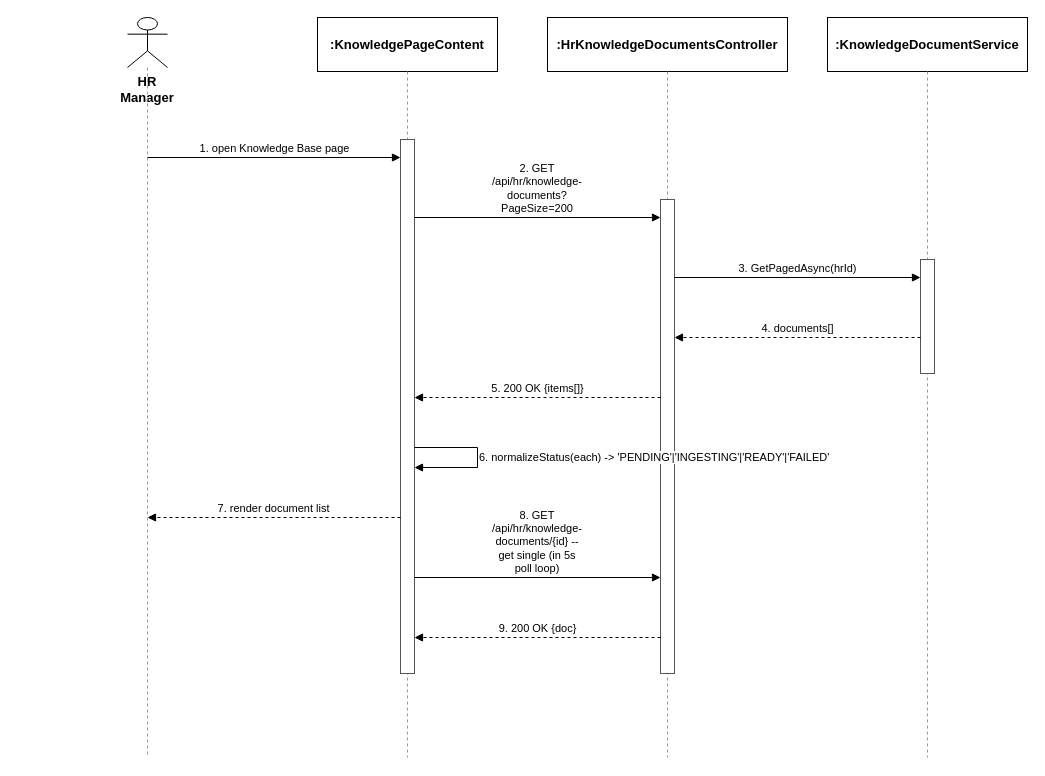
tulklk/AI_Interview_Question_Generation_RAG_LLM_FE keeps this draw.io diagram as docs/qa/Nam_SequenceDiagram/09_KnowledgeBaseManagement_ListGetDocument.drawio. Above is the earlier version. Source tidied: cells renumbered, new cells numbered last; positions are measured from the earlier drawing's top-left corner, leaving out a move shared by most shapes. Both pictures are drawn from the tidied source at 100%, with x=0, y=0 at pixel (127, 17).
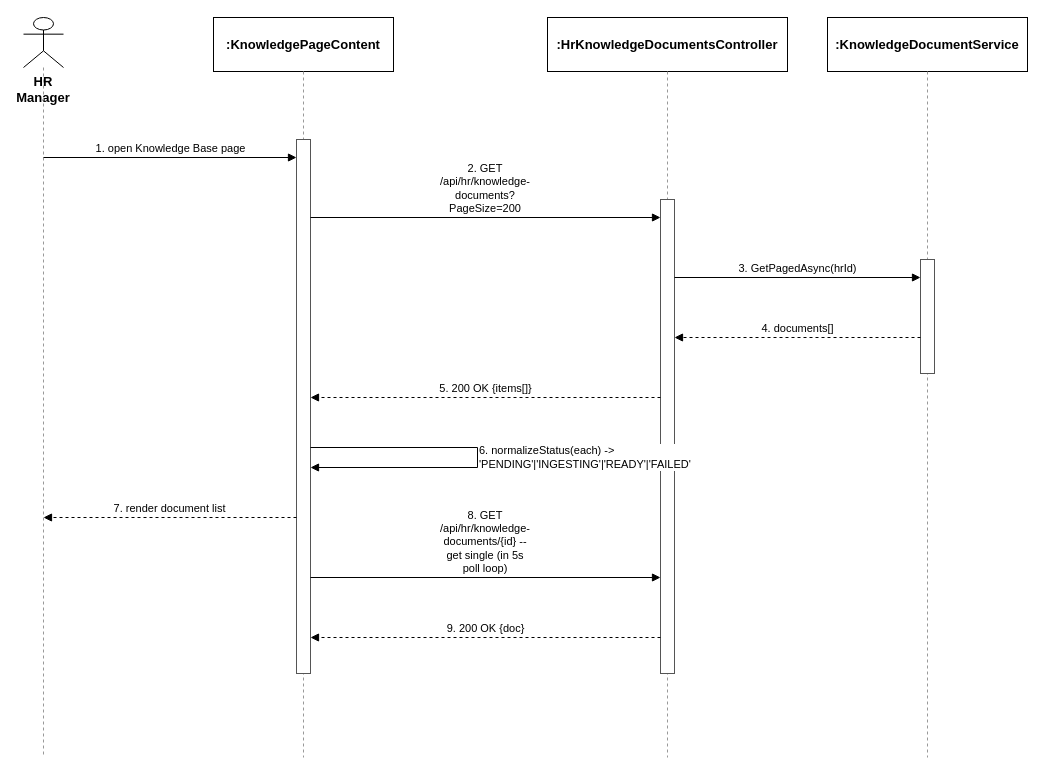
The same page after the edit.

Change to the diagram source:
```diff
@@
     <mxCell id="2" value="HR Manager" style="shape=umlActor;whiteSpace=wrap;html=1;verticalLabelPosition=bottom;verticalAlign=top;fillColor=#ffffff;strokeColor=#000000;fontStyle=1;fontSize=13;" parent="1" vertex="1">
-      <mxGeometry width="40" height="50" as="geometry" />
+      <mxGeometry x="-104" width="40" height="50" as="geometry" />
     </mxCell>
     <mxCell id="3" style="endArrow=none;dashed=1;html=1;strokeColor=#999999;" parent="1" edge="1">
       <mxGeometry relative="1" as="geometry">
-        <mxPoint x="20" y="50" as="sourcePoint" />
-        <mxPoint x="20" y="740" as="targetPoint" />
+        <mxPoint x="-84" y="50" as="sourcePoint" />
+        <mxPoint x="-84" y="740" as="targetPoint" />
       </mxGeometry>
     </mxCell>
     <mxCell id="4" value=":KnowledgePageContent" style="rounded=0;whiteSpace=wrap;html=1;fontSize=13;fillColor=#ffffff;strokeColor=#000000;fontStyle=1;" parent="1" vertex="1">
-      <mxGeometry x="190" width="180" height="54" as="geometry" />
+      <mxGeometry x="86" width="180" height="54" as="geometry" />
     </mxCell>
     <mxCell id="5" style="endArrow=none;dashed=1;html=1;strokeColor=#999999;" parent="1" edge="1">
       <mxGeometry relative="1" as="geometry">
-        <mxPoint x="280" y="54" as="sourcePoint" />
-        <mxPoint x="280" y="740" as="targetPoint" />
+        <mxPoint x="176" y="54" as="sourcePoint" />
+        <mxPoint x="176" y="740" as="targetPoint" />
       </mxGeometry>
     </mxCell>
@@
     <mxCell id="10" style="rounded=0;whiteSpace=wrap;html=1;fillColor=#ffffff;strokeColor=#555555;" parent="1" vertex="1">
-      <mxGeometry x="273" y="122" width="14" height="534" as="geometry" />
+      <mxGeometry x="169" y="122" width="14" height="534" as="geometry" />
     </mxCell>
@@
     <mxCell id="13" value="1. open Knowledge Base page" style="endArrow=block;endFill=1;html=1;fontSize=11;align=center;verticalAlign=bottom;labelBackgroundColor=#ffffff;strokeColor=#000000;" parent="1" edge="1">
       <mxGeometry relative="1" as="geometry">
-        <mxPoint x="20" y="140" as="sourcePoint" />
-        <mxPoint x="273" y="140" as="targetPoint" />
+        <mxPoint x="-84" y="140" as="sourcePoint" />
+        <mxPoint x="169" y="140" as="targetPoint" />
       </mxGeometry>
     </mxCell>
     <mxCell id="14" value="2. GET /api/hr/knowledge-documents?PageSize=200" style="endArrow=block;endFill=1;html=1;whiteSpace=wrap;fontSize=11;align=center;verticalAlign=bottom;labelBackgroundColor=#ffffff;strokeColor=#000000;" parent="1" edge="1">
       <mxGeometry relative="1" as="geometry">
-        <mxPoint x="287" y="200" as="sourcePoint" />
+        <mxPoint x="183" y="200" as="sourcePoint" />
         <mxPoint x="533" y="200" as="targetPoint" />
       </mxGeometry>
     </mxCell>
@@
     <mxCell id="17" value="5. 200 OK {items[]}" style="endArrow=block;endFill=1;html=1;dashed=1;fontSize=11;align=center;verticalAlign=bottom;labelBackgroundColor=#ffffff;strokeColor=#000000;" parent="1" edge="1">
       <mxGeometry relative="1" as="geometry">
         <mxPoint x="533" y="380" as="sourcePoint" />
-        <mxPoint x="287" y="380" as="targetPoint" />
+        <mxPoint x="183" y="380" as="targetPoint" />
       </mxGeometry>
     </mxCell>
-    <mxCell id="18" value="6. normalizeStatus(each) -&gt; 'PENDING'|'INGESTING'|'READY'|'FAILED'" style="endArrow=block;endFill=1;html=1;fontSize=11;align=left;verticalAlign=middle;labelBackgroundColor=#ffffff;rounded=0;strokeColor=#000000;" parent="1" edge="1">
+    <mxCell id="18" value="6. normalizeStatus(each) -&gt; 'PENDING'|'INGESTING'|'READY'|'FAILED'" style="endArrow=block;endFill=1;html=1;whiteSpace=wrap;fontSize=11;align=left;verticalAlign=middle;labelBackgroundColor=#ffffff;rounded=0;strokeColor=#000000;" parent="1" edge="1">
       <mxGeometry relative="1" as="geometry">
-        <mxPoint x="287" y="430" as="sourcePoint" />
-        <mxPoint x="287" y="450" as="targetPoint" />
+        <mxPoint x="183" y="430" as="sourcePoint" />
+        <mxPoint x="183" y="450" as="targetPoint" />
         <Array as="points">
           <mxPoint x="350" y="430" />
           <mxPoint x="350" y="450" />
         </Array>
       </mxGeometry>
     </mxCell>
     <mxCell id="19" value="7. render document list" style="endArrow=block;endFill=1;html=1;dashed=1;fontSize=11;align=center;verticalAlign=bottom;labelBackgroundColor=#ffffff;strokeColor=#000000;" parent="1" edge="1">
       <mxGeometry relative="1" as="geometry">
-        <mxPoint x="273" y="500" as="sourcePoint" />
-        <mxPoint x="20" y="500" as="targetPoint" />
+        <mxPoint x="169" y="500" as="sourcePoint" />
+        <mxPoint x="-84" y="500" as="targetPoint" />
       </mxGeometry>
     </mxCell>
     <mxCell id="20" value="8. GET /api/hr/knowledge-documents/{id}   -- get single (in 5s poll loop)" style="endArrow=block;endFill=1;html=1;whiteSpace=wrap;fontSize=11;align=center;verticalAlign=bottom;labelBackgroundColor=#ffffff;strokeColor=#000000;" parent="1" edge="1">
       <mxGeometry relative="1" as="geometry">
-        <mxPoint x="287" y="560" as="sourcePoint" />
+        <mxPoint x="183" y="560" as="sourcePoint" />
         <mxPoint x="533" y="560" as="targetPoint" />
       </mxGeometry>
     </mxCell>
     <mxCell id="21" value="9. 200 OK {doc}" style="endArrow=block;endFill=1;html=1;dashed=1;fontSize=11;align=center;verticalAlign=bottom;labelBackgroundColor=#ffffff;strokeColor=#000000;" parent="1" edge="1">
       <mxGeometry relative="1" as="geometry">
         <mxPoint x="533" y="620" as="sourcePoint" />
-        <mxPoint x="287" y="620" as="targetPoint" />
+        <mxPoint x="183" y="620" as="targetPoint" />
       </mxGeometry>
     </mxCell>
```
